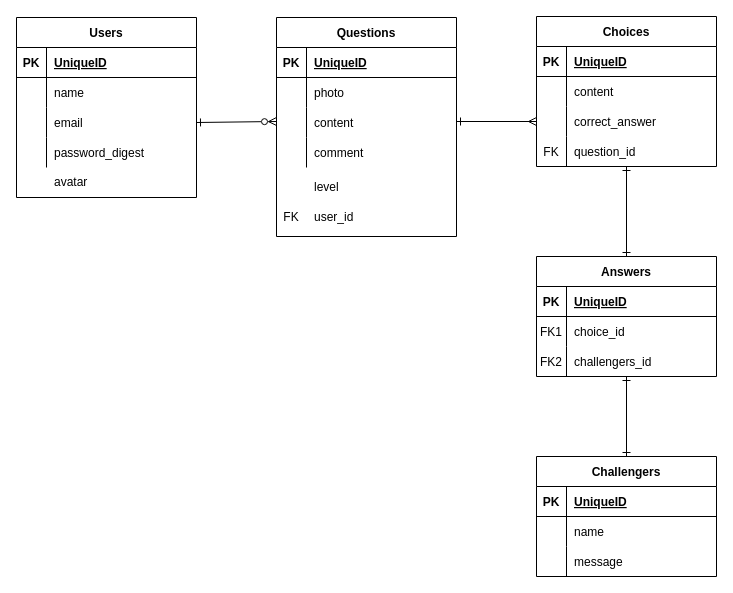
Before: ER.drawio in yamashita-a420/welcome_quiz, a draw.io diagram. Source tidied: cells renumbered, new cells numbered last; positions are measured from the earlier drawing's top-left corner, leaving out a move shared by most shapes. Both pictures are drawn from the tidied source at 100%, with x=0, y=0 at pixel (16, 16).
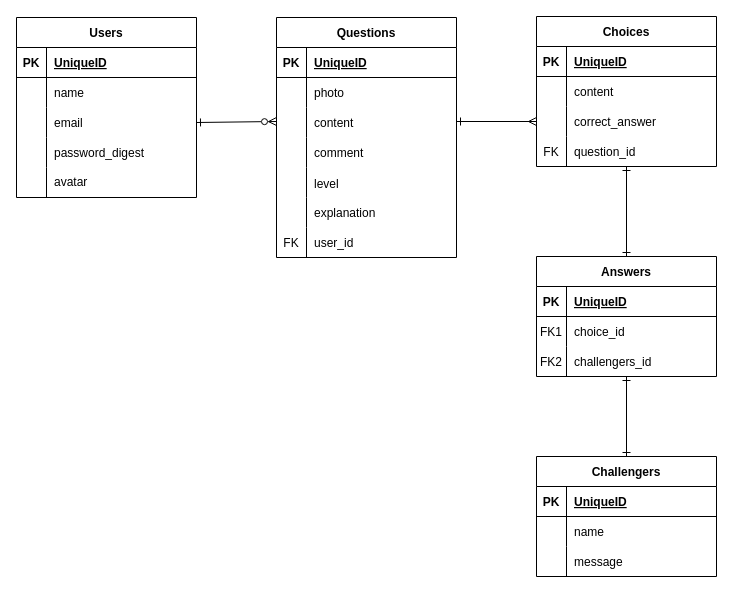
The same page after the edit.

Commit message:
Update: Questionsテーブルにクイズ解説文のカラムを追加

Unchanged cells that the change refers to:
```xml
<mxCell id="40" value="Users" style="shape=table;startSize=30;childLayout=tableLayout;rowLines=0;fontStyle=1;align=center;" parent="39" vertex="1">
  <mxGeometry width="180" height="180" as="geometry" />
</mxCell>
```

Change to the diagram source:
```diff
@@
     <mxCell id="39" style="group;" parent="1" vertex="1">
-      <mxGeometry y="1" width="180" height="180" as="geometry" />
+      <mxGeometry y="1" width="180" height="190" as="geometry" />
     </mxCell>
@@
+    <mxCell id="76" style="shape=partialRectangle;fillColor=none;top=0;left=0;bottom=0;right=0;" parent="40" vertex="1">
+      <mxGeometry y="150" width="180" height="30" as="geometry" />
+    </mxCell>
+    <mxCell id="77" style="shape=partialRectangle;fillColor=none;top=0;left=0;bottom=0;right=0;overflow=hidden;" parent="76" vertex="1">
+      <mxGeometry width="30" height="30" as="geometry" />
+    </mxCell>
+    <mxCell id="78" style="shape=partialRectangle;fillColor=none;top=0;left=0;bottom=0;right=0;align=left;spacingLeft=6;overflow=hidden;" parent="76" vertex="1">
+      <mxGeometry x="30" width="150" height="30" as="geometry" />
+    </mxCell>
@@
     <mxCell id="56" style="group;" parent="1" vertex="1">
-      <mxGeometry x="260" y="1" width="180" height="219" as="geometry" />
+      <mxGeometry x="260" y="1" width="180" height="209" as="geometry" />
     </mxCell>
     <mxCell id="57" value="Questions" style="shape=table;startSize=30;childLayout=tableLayout;rowLines=0;fontStyle=1;align=center;" parent="56" vertex="1">
-      <mxGeometry width="180" height="219" as="geometry" />
+      <mxGeometry width="180" height="240" as="geometry" />
     </mxCell>
@@
+    <mxCell id="79" style="shape=partialRectangle;fillColor=none;top=0;left=0;bottom=0;right=0;" parent="57" vertex="1">
+      <mxGeometry y="150" width="180" height="30" as="geometry" />
+    </mxCell>
+    <mxCell id="80" style="shape=partialRectangle;fillColor=none;top=0;left=0;bottom=0;right=0;overflow=hidden;" parent="79" vertex="1">
+      <mxGeometry width="30" height="30" as="geometry" />
+    </mxCell>
+    <mxCell id="81" style="shape=partialRectangle;fillColor=none;top=0;left=0;bottom=0;right=0;align=left;spacingLeft=6;overflow=hidden;" parent="79" vertex="1">
+      <mxGeometry x="30" width="150" height="30" as="geometry" />
+    </mxCell>
+    <mxCell id="82" style="shape=partialRectangle;fillColor=none;top=0;left=0;bottom=0;right=0;" parent="57" vertex="1">
+      <mxGeometry y="180" width="180" height="30" as="geometry" />
+    </mxCell>
+    <mxCell id="83" style="shape=partialRectangle;fillColor=none;top=0;left=0;bottom=0;right=0;overflow=hidden;" parent="82" vertex="1">
+      <mxGeometry width="30" height="30" as="geometry" />
+    </mxCell>
+    <mxCell id="84" style="shape=partialRectangle;fillColor=none;top=0;left=0;bottom=0;right=0;align=left;spacingLeft=6;overflow=hidden;" parent="82" vertex="1">
+      <mxGeometry x="30" width="150" height="30" as="geometry" />
+    </mxCell>
+    <mxCell id="85" style="shape=partialRectangle;fillColor=none;top=0;left=0;bottom=0;right=0;" parent="57" vertex="1">
+      <mxGeometry y="210" width="180" height="30" as="geometry" />
+    </mxCell>
+    <mxCell id="86" value="FK" style="shape=partialRectangle;fillColor=none;top=0;left=0;bottom=0;right=0;overflow=hidden;" parent="85" vertex="1">
+      <mxGeometry width="30" height="30" as="geometry" />
+    </mxCell>
+    <mxCell id="87" value="user_id" style="shape=partialRectangle;fillColor=none;top=0;left=0;bottom=0;right=0;align=left;spacingLeft=6;overflow=hidden;" parent="85" vertex="1">
+      <mxGeometry x="30" width="150" height="30" as="geometry" />
+    </mxCell>
     <mxCell id="70" style="shape=partialRectangle;fillColor=none;top=0;left=0;bottom=0;right=0;" parent="56" vertex="1">
-      <mxGeometry y="154" width="180" height="30" as="geometry" />
+      <mxGeometry y="151.3" width="180" height="28.5" as="geometry" />
     </mxCell>
     <mxCell id="71" style="shape=partialRectangle;fillColor=none;top=0;left=0;bottom=0;right=0;overflow=hidden;" parent="70" vertex="1">
-      <mxGeometry width="30" height="30" as="geometry" />
+      <mxGeometry width="30" height="28.5" as="geometry" />
     </mxCell>
     <mxCell id="72" value="level" style="shape=partialRectangle;fillColor=none;top=0;left=0;bottom=0;right=0;align=left;spacingLeft=6;overflow=hidden;" parent="70" vertex="1">
-      <mxGeometry x="30" width="150" height="30" as="geometry" />
+      <mxGeometry x="30" width="150" height="28.5" as="geometry" />
     </mxCell>
     <mxCell id="73" style="shape=partialRectangle;fillColor=none;top=0;left=0;bottom=0;right=0;" parent="56" vertex="1">
-      <mxGeometry y="184" width="180" height="30" as="geometry" />
+      <mxGeometry y="180.8" width="180" height="28.5" as="geometry" />
     </mxCell>
-    <mxCell id="74" value="FK" style="shape=partialRectangle;fillColor=none;top=0;left=0;bottom=0;right=0;overflow=hidden;" parent="73" vertex="1">
-      <mxGeometry width="30" height="30" as="geometry" />
+    <mxCell id="74" style="shape=partialRectangle;fillColor=none;top=0;left=0;bottom=0;right=0;overflow=hidden;" parent="73" vertex="1">
+      <mxGeometry width="30" height="28.5" as="geometry" />
     </mxCell>
-    <mxCell id="75" value="user_id" style="shape=partialRectangle;fillColor=none;top=0;left=0;bottom=0;right=0;align=left;spacingLeft=6;overflow=hidden;" parent="73" vertex="1">
-      <mxGeometry x="30" width="150" height="30" as="geometry" />
+    <mxCell id="75" value="explanation" style="shape=partialRectangle;fillColor=none;top=0;left=0;bottom=0;right=0;align=left;spacingLeft=6;overflow=hidden;" parent="73" vertex="1">
+      <mxGeometry x="30" width="150" height="28.5" as="geometry" />
     </mxCell>
```
